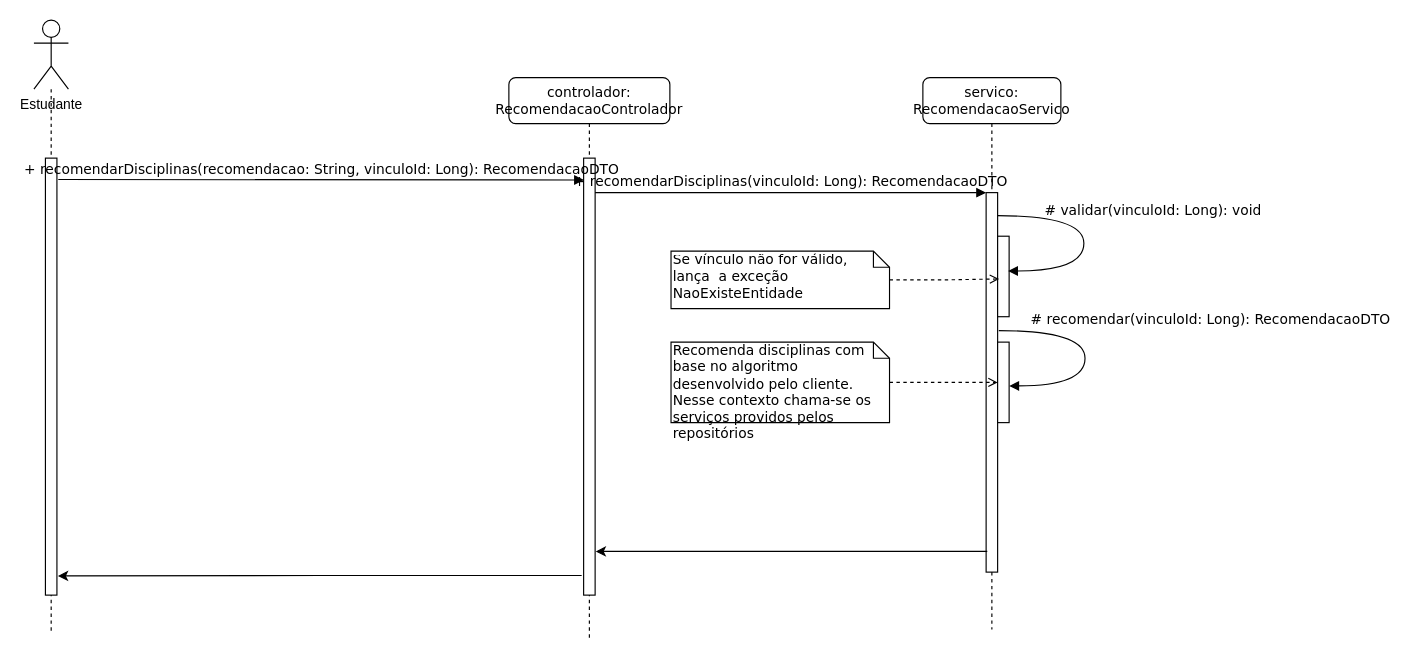
Above: page "Recomendação" (1 of 3) of planejamento/modelagem/DiagramasSequencia.drawio in arturo32/PODE (draw.io), before the change. Source tidied: cells renumbered, new cells numbered last; positions are measured from the earlier drawing's top-left corner, leaving out a move shared by most shapes. Both pictures are drawn from the tidied source at 115%, with x=0, y=0 at pixel (33, 20).
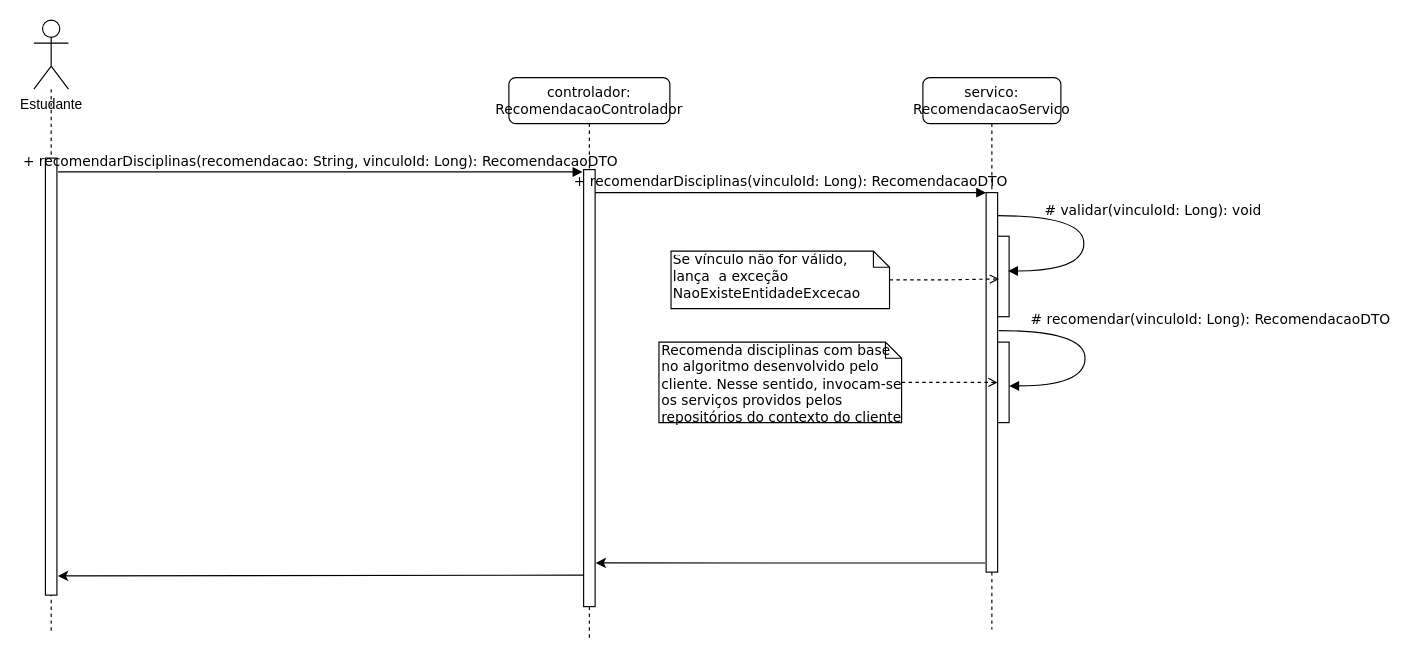
Above is the later version.

Unchanged cells that the change refers to:
```xml
<mxCell id="4" style="html=1;points=[];perimeter=orthogonalPerimeter;rounded=0;shadow=0;comic=0;labelBackgroundColor=none;strokeWidth=1;fontFamily=Verdana;fontSize=12;align=center;" parent="3" vertex="1">
  <mxGeometry x="55" y="100" width="10" height="330" as="geometry" />
</mxCell>
<mxCell id="8" value="controlador: RecomendacaoControlador" style="shape=umlLifeline;perimeter=lifelinePerimeter;whiteSpace=wrap;html=1;rounded=1;shadow=0;comic=0;labelBackgroundColor=none;strokeWidth=1;fontFamily=Verdana;fontSize=12;align=center;" parent="1" vertex="1">
  <mxGeometry x="413" y="50" width="140" height="490" as="geometry" />
</mxCell>
<mxCell id="18" style="html=1;points=[];perimeter=orthogonalPerimeter;" parent="1" vertex="1">
  <mxGeometry x="10" y="120" width="10" height="380" as="geometry" />
</mxCell>
```

The edit, as a diff of the source:
```diff
@@
     <mxCell id="9" style="html=1;points=[];perimeter=orthogonalPerimeter;rounded=0;shadow=0;comic=0;labelBackgroundColor=none;strokeWidth=1;fontFamily=Verdana;fontSize=12;align=center;" parent="8" vertex="1">
-      <mxGeometry x="65" y="70" width="10" height="380" as="geometry" />
+      <mxGeometry x="65" y="80" width="10" height="380" as="geometry" />
     </mxCell>
@@
-    <mxCell id="13" value="Recomenda disciplinas com base no algoritmo desenvolvido pelo cliente. Nesse contexto chama-se os serviços providos pelos repositórios" style="shape=note;whiteSpace=wrap;html=1;size=14;verticalAlign=top;align=left;spacingTop=-6;rounded=0;shadow=0;comic=0;labelBackgroundColor=none;strokeWidth=1;fontFamily=Verdana;fontSize=12;" parent="1" vertex="1">
-      <mxGeometry x="554" y="280" width="190" height="70" as="geometry" />
+    <mxCell id="13" value="Recomenda disciplinas com base no algoritmo desenvolvido pelo cliente. Nesse sentido, invocam-se os serviços providos pelos repositórios do contexto do cliente" style="shape=note;whiteSpace=wrap;html=1;size=14;verticalAlign=top;align=left;spacingTop=-6;rounded=0;shadow=0;comic=0;labelBackgroundColor=none;strokeWidth=1;fontFamily=Verdana;fontSize=12;" parent="1" vertex="1">
+      <mxGeometry x="543.5" y="280" width="211" height="70" as="geometry" />
     </mxCell>
@@
-    <mxCell id="15" value="Se vínculo não for válido, lança&amp;nbsp; a exceção NaoExisteEntidade" style="shape=note;whiteSpace=wrap;html=1;size=14;verticalAlign=top;align=left;spacingTop=-6;rounded=0;shadow=0;comic=0;labelBackgroundColor=none;strokeWidth=1;fontFamily=Verdana;fontSize=12;" parent="1" vertex="1">
+    <mxCell id="15" value="Se vínculo não for válido, lança&amp;nbsp; a exceção NaoExisteEntidadeExcecao" style="shape=note;whiteSpace=wrap;html=1;size=14;verticalAlign=top;align=left;spacingTop=-6;rounded=0;shadow=0;comic=0;labelBackgroundColor=none;strokeWidth=1;fontFamily=Verdana;fontSize=12;" parent="1" vertex="1">
       <mxGeometry x="554" y="200.9" width="190" height="50" as="geometry" />
     </mxCell>
-    <mxCell id="16" style="edgeStyle=orthogonalEdgeStyle;rounded=0;jettySize=auto;html=1;endArrow=classic;endFill=1;entryX=1.05;entryY=0.9;entryDx=0;entryDy=0;entryPerimeter=0;" parent="1" edge="1" target="9">
-      <mxGeometry relative="1" as="geometry">
-        <mxPoint x="829" y="462" as="sourcePoint" />
-        <Array as="points">
-          <mxPoint x="829" y="462" />
-        </Array>
-      </mxGeometry>
+    <mxCell id="16" style="edgeStyle=orthogonalEdgeStyle;rounded=0;jettySize=auto;html=1;endArrow=classic;endFill=1;entryX=1.05;entryY=0.9;entryDx=0;entryDy=0;entryPerimeter=0;exitX=-0.076;exitY=0.976;exitDx=0;exitDy=0;exitPerimeter=0;" parent="1" edge="1" source="4" target="9">
+      <mxGeometry relative="1" as="geometry" />
     </mxCell>
@@
-    <mxCell id="19" value="+ recomendarDisciplinas(recomendacao: String, vinculoId: Long): RecomendacaoDTO" style="html=1;verticalAlign=bottom;endArrow=block;entryX=0.033;entryY=0.049;labelBackgroundColor=none;fontFamily=Verdana;fontSize=12;edgeStyle=elbowEdgeStyle;elbow=vertical;exitX=1.117;exitY=0.049;exitDx=0;exitDy=0;exitPerimeter=0;entryDx=0;entryDy=0;entryPerimeter=0;" parent="1" edge="1" source="18" target="9">
-      <mxGeometry relative="1" as="geometry" />
+    <mxCell id="19" value="+ recomendarDisciplinas(recomendacao: String, vinculoId: Long): RecomendacaoDTO" style="html=1;verticalAlign=bottom;endArrow=block;entryX=-0.1;entryY=0.006;labelBackgroundColor=none;fontFamily=Verdana;fontSize=12;edgeStyle=elbowEdgeStyle;elbow=vertical;entryDx=0;entryDy=0;entryPerimeter=0;" parent="1" edge="1" target="9">
+      <mxGeometry relative="1" as="geometry">
+        <mxPoint x="21" y="132" as="sourcePoint" />
+        <Array as="points">
+          <mxPoint x="463" y="132" />
+          <mxPoint x="473" y="129" />
+        </Array>
+      </mxGeometry>
     </mxCell>
-    <mxCell id="20" style="edgeStyle=orthogonalEdgeStyle;rounded=0;jettySize=auto;html=1;endArrow=classic;endFill=1;exitX=-0.171;exitY=0.955;exitDx=0;exitDy=0;exitPerimeter=0;entryX=1.086;entryY=0.956;entryDx=0;entryDy=0;entryPerimeter=0;" parent="1" edge="1" source="9" target="18">
-      <mxGeometry relative="1" as="geometry" />
+    <mxCell id="20" style="edgeStyle=orthogonalEdgeStyle;rounded=0;jettySize=auto;html=1;endArrow=classic;endFill=1;exitX=-0.033;exitY=0.928;exitDx=0;exitDy=0;exitPerimeter=0;entryX=1.086;entryY=0.956;entryDx=0;entryDy=0;entryPerimeter=0;" parent="1" edge="1" source="9" target="18">
+      <mxGeometry relative="1" as="geometry">
+        <Array as="points">
+          <mxPoint x="476" y="483" />
+        </Array>
+      </mxGeometry>
     </mxCell>
```
